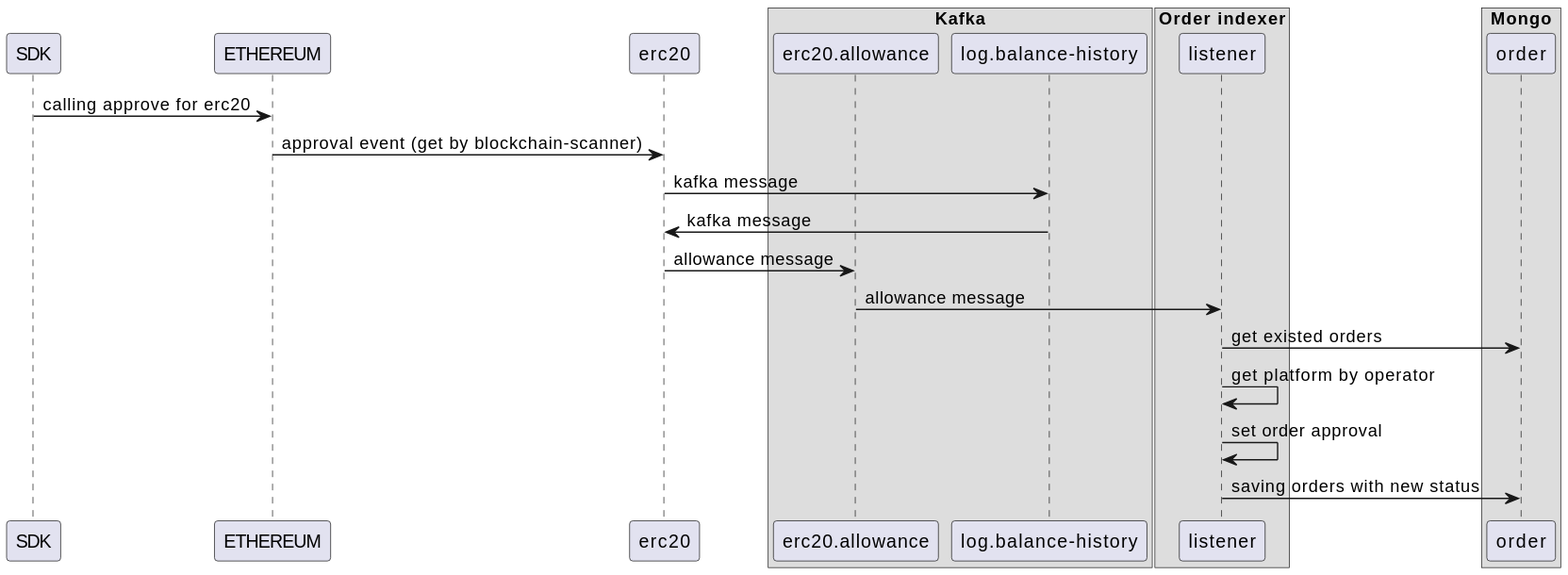
Above: docs/diagrams/svg/bid_order_change_approval.svg in rarible/ethereum-indexer-public (PlantUML), before the change.
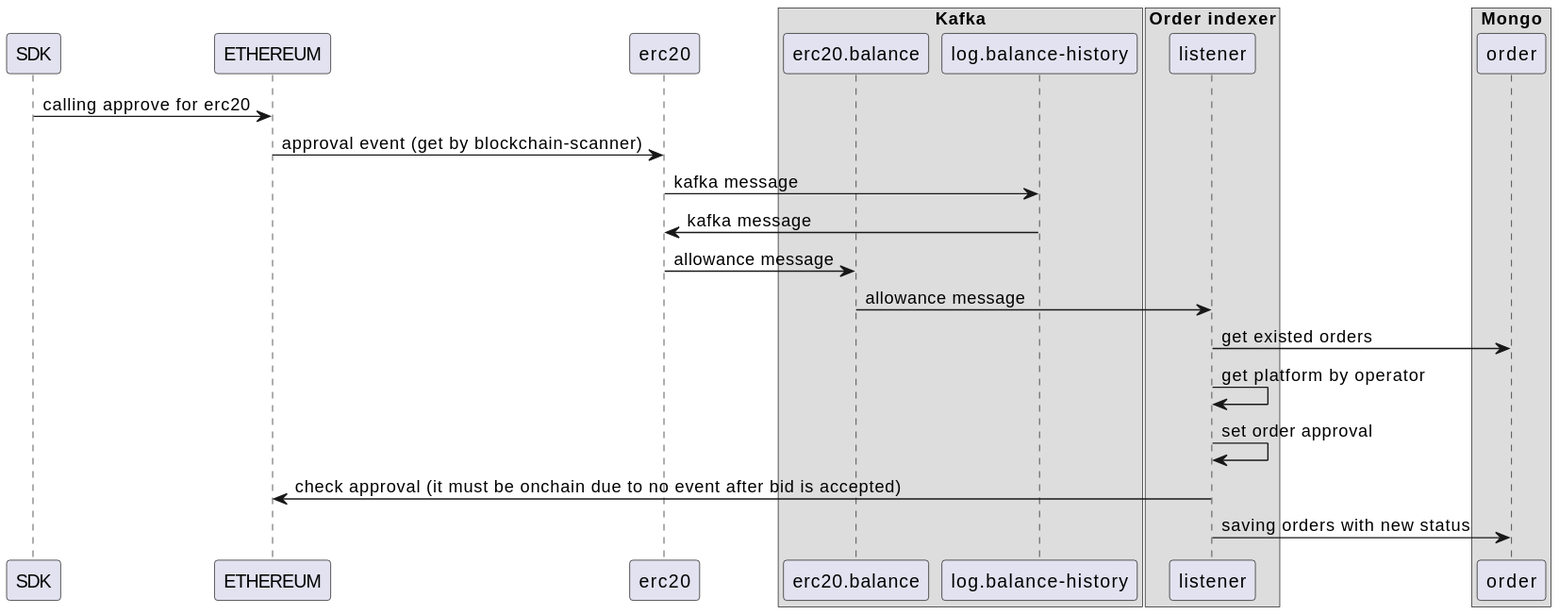
The same diagram one commit later.

What changed in the source:
```diff
@@ -3,16 +3,17 @@
 ETHEREUM -> erc20: approval event (get by blockchain-scanner)
 erc20 -> "log.balance-history" : kafka message
 "log.balance-history" -> erc20: kafka message
-erc20 -> "erc20.allowance" : allowance message
-"erc20.allowance" -> listener : allowance message
+erc20 -> "erc20.balance" : allowance message
+"erc20.balance" -> listener : allowance message
 
 listener -> order: get existed orders
 listener -> listener : get platform by operator
 listener -> listener: set order approval
+listener -> ETHEREUM: check approval (it must be onchain due to no event after bid is accepted)
 listener -> order: saving orders with new status
 
 box "Kafka"
-participant "erc20.allowance"
+participant "erc20.balance"
 participant "log.balance-history"
 end box
 
```
